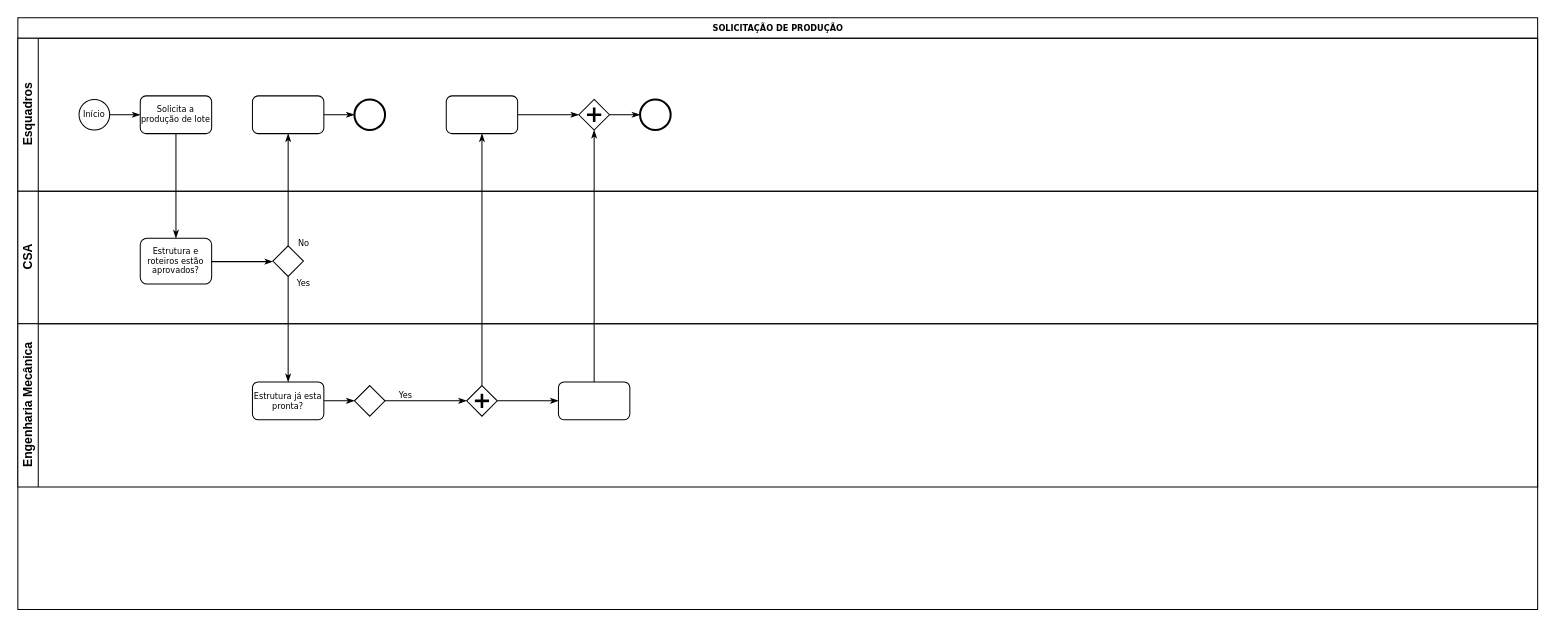
felipegps/fluxogramas keeps this draw.io diagram as fluxogramas/Diagrama sem nome.drawio. Above is the earlier version. Source tidied: cells renumbered, new cells numbered last; positions are measured from the earlier drawing's top-left corner, leaving out a move shared by most shapes. Both pictures are drawn from the tidied source at 102%, with x=0, y=0 at pixel (17, 17).
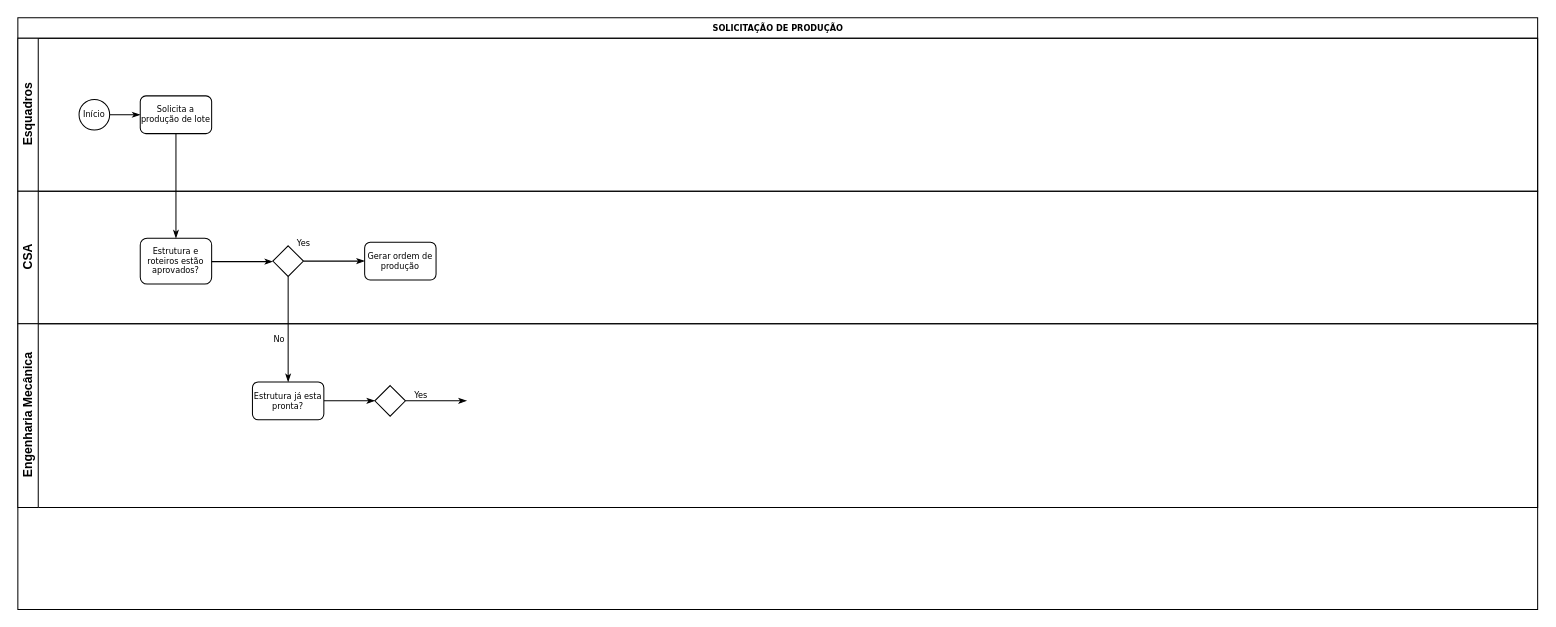
After the change.

The change refers to these unchanged cells:
```xml
<mxCell id="2" value="SOLICITAÇÃO DE PRODUÇÃO" style="swimlane;html=1;horizontal=1;startSize=20;rounded=0;shadow=0;labelBackgroundColor=none;strokeWidth=1;fontFamily=Verdana;fontSize=8;align=center;" parent="1" vertex="1">
  <mxGeometry width="1490" height="580" as="geometry" />
</mxCell>
<mxCell id="3" value="Esquadros" style="swimlane;html=1;startSize=20;horizontal=0;" parent="2" vertex="1">
  <mxGeometry y="20" width="1490" height="150" as="geometry" />
</mxCell>
<mxCell id="6" value="Solicita a produção de lote" style="rounded=1;whiteSpace=wrap;html=1;shadow=0;labelBackgroundColor=none;strokeWidth=1;fontFamily=Verdana;fontSize=8;align=center;" parent="3" vertex="1">
  <mxGeometry x="120" y="56.5" width="70" height="37" as="geometry" />
</mxCell>
<mxCell id="15" value="CSA" style="swimlane;html=1;startSize=20;horizontal=0;" parent="2" vertex="1">
  <mxGeometry y="170" width="1490" height="130" as="geometry" />
</mxCell>
<mxCell id="17" value="Estrutura e roteiros estão aprovados?" style="rounded=1;whiteSpace=wrap;html=1;shadow=0;labelBackgroundColor=none;strokeWidth=1;fontFamily=Verdana;fontSize=8;align=center;" parent="15" vertex="1">
  <mxGeometry x="120" y="46" width="70" height="45" as="geometry" />
</mxCell>
<mxCell id="18" style="strokeWidth=1;html=1;shape=mxgraph.flowchart.decision;whiteSpace=wrap;rounded=1;shadow=0;labelBackgroundColor=none;fontFamily=Verdana;fontSize=8;align=center;" parent="15" vertex="1">
  <mxGeometry x="250" y="53.5" width="30" height="30" as="geometry" />
</mxCell>
<mxCell id="21" value="Estrutura já esta pronta?" style="rounded=1;whiteSpace=wrap;html=1;shadow=0;labelBackgroundColor=none;strokeWidth=1;fontFamily=Verdana;fontSize=8;align=center;" parent="19" vertex="1">
  <mxGeometry x="230" y="57" width="70" height="37" as="geometry" />
</mxCell>
```

The edit, as a diff of the source:
```diff
@@
-    <mxCell id="7" style="edgeStyle=orthogonalEdgeStyle;rounded=0;html=1;labelBackgroundColor=none;startArrow=none;startFill=0;startSize=5;endArrow=classicThin;endFill=1;endSize=5;jettySize=auto;strokeWidth=1;fontFamily=Verdana;fontSize=8;" parent="3" edge="1" source="8" target="9">
-      <mxGeometry relative="1" as="geometry" />
-    </mxCell>
-    <mxCell id="8" style="rounded=1;whiteSpace=wrap;html=1;shadow=0;labelBackgroundColor=none;strokeWidth=1;fontFamily=Verdana;fontSize=8;align=center;" parent="3" vertex="1">
-      <mxGeometry x="230" y="56.5" width="70" height="37" as="geometry" />
-    </mxCell>
-    <mxCell id="9" style="ellipse;whiteSpace=wrap;html=1;rounded=0;shadow=0;labelBackgroundColor=none;strokeWidth=2;fontFamily=Verdana;fontSize=8;align=center;" parent="3" vertex="1">
-      <mxGeometry x="330" y="60" width="30" height="30" as="geometry" />
-    </mxCell>
-    <mxCell id="10" style="edgeStyle=orthogonalEdgeStyle;rounded=0;html=1;entryX=0;entryY=0.5;labelBackgroundColor=none;startArrow=none;startFill=0;startSize=5;endArrow=classicThin;endFill=1;endSize=5;jettySize=auto;strokeWidth=1;fontFamily=Verdana;fontSize=8;" parent="3" edge="1" source="11" target="13">
-      <mxGeometry relative="1" as="geometry" />
-    </mxCell>
-    <mxCell id="11" style="rounded=1;whiteSpace=wrap;html=1;shadow=0;labelBackgroundColor=none;strokeWidth=1;fontFamily=Verdana;fontSize=8;align=center;" parent="3" vertex="1">
-      <mxGeometry x="420" y="56.5" width="70" height="37" as="geometry" />
-    </mxCell>
-    <mxCell id="12" style="edgeStyle=orthogonalEdgeStyle;rounded=0;html=1;labelBackgroundColor=none;startArrow=none;startFill=0;startSize=5;endArrow=classicThin;endFill=1;endSize=5;jettySize=auto;strokeWidth=1;fontFamily=Verdana;fontSize=8;" parent="3" edge="1" source="13" target="14">
-      <mxGeometry relative="1" as="geometry" />
-    </mxCell>
-    <mxCell id="13" style="shape=mxgraph.bpmn.shape;html=1;verticalLabelPosition=bottom;labelBackgroundColor=#ffffff;verticalAlign=top;perimeter=rhombusPerimeter;background=gateway;outline=none;symbol=parallelGw;rounded=1;shadow=0;strokeWidth=1;fontFamily=Verdana;fontSize=8;align=center;" parent="3" vertex="1">
-      <mxGeometry x="550" y="60" width="30" height="30" as="geometry" />
-    </mxCell>
-    <mxCell id="14" style="ellipse;whiteSpace=wrap;html=1;rounded=0;shadow=0;labelBackgroundColor=none;strokeWidth=2;fontFamily=Verdana;fontSize=8;align=center;" parent="3" vertex="1">
-      <mxGeometry x="610" y="60" width="30" height="30" as="geometry" />
-    </mxCell>
@@
+    <mxCell id="8" value="Gerar ordem de produção" style="rounded=1;whiteSpace=wrap;html=1;shadow=0;labelBackgroundColor=none;strokeWidth=1;fontFamily=Verdana;fontSize=8;align=center;" parent="15" vertex="1">
+      <mxGeometry x="340" y="50" width="70" height="37" as="geometry" />
+    </mxCell>
+    <mxCell id="28" value="No" style="edgeStyle=orthogonalEdgeStyle;rounded=0;html=1;labelBackgroundColor=none;startArrow=none;startFill=0;startSize=5;endArrow=classicThin;endFill=1;endSize=5;jettySize=auto;strokeWidth=1;fontFamily=Verdana;fontSize=8;" parent="15" edge="1" source="18" target="8">
+      <mxGeometry x="-1" y="-39" relative="1" as="geometry">
+        <mxPoint x="-24" y="37" as="offset" />
+      </mxGeometry>
+    </mxCell>
+    <mxCell id="27" style="edgeStyle=orthogonalEdgeStyle;rounded=0;html=1;labelBackgroundColor=none;startArrow=none;startFill=0;startSize=5;endArrow=classicThin;endFill=1;endSize=5;jettySize=auto;strokeWidth=1;fontFamily=Verdana;fontSize=8;" parent="2" edge="1" source="6" target="17">
+      <mxGeometry relative="1" as="geometry" />
+    </mxCell>
+    <mxCell id="29" value="Yes" style="edgeStyle=orthogonalEdgeStyle;rounded=0;html=1;labelBackgroundColor=none;startArrow=none;startFill=0;startSize=5;endArrow=classicThin;endFill=1;endSize=5;jettySize=auto;strokeWidth=1;fontFamily=Verdana;fontSize=8;" parent="2" edge="1" source="18" target="21">
+      <mxGeometry x="-1" y="37" relative="1" as="geometry">
+        <mxPoint x="-22" y="-33" as="offset" />
+      </mxGeometry>
+    </mxCell>
     <mxCell id="19" value="Engenharia Mecânica" style="swimlane;html=1;startSize=20;horizontal=0;" parent="2" vertex="1">
-      <mxGeometry y="300" width="1490" height="160" as="geometry" />
+      <mxGeometry y="300" width="1490" height="180" as="geometry" />
     </mxCell>
@@
-    <mxCell id="22" value="Yes" style="edgeStyle=orthogonalEdgeStyle;rounded=0;html=1;entryX=0;entryY=0.5;labelBackgroundColor=none;startArrow=none;startFill=0;startSize=5;endArrow=classicThin;endFill=1;endSize=5;jettySize=auto;strokeWidth=1;fontFamily=Verdana;fontSize=8;" parent="19" edge="1" source="23" target="25">
-      <mxGeometry x="-0.5" y="6" relative="1" as="geometry" />
+    <mxCell id="22" value="Yes" style="edgeStyle=orthogonalEdgeStyle;rounded=0;html=1;entryX=0;entryY=0.5;labelBackgroundColor=none;startArrow=none;startFill=0;startSize=5;endArrow=classicThin;endFill=1;endSize=5;jettySize=auto;strokeWidth=1;fontFamily=Verdana;fontSize=8;" parent="19" edge="1" source="23">
+      <mxGeometry x="-0.5" y="6" relative="1" as="geometry">
+        <mxPoint x="440" y="75.5" as="targetPoint" />
+      </mxGeometry>
     </mxCell>
     <mxCell id="23" style="strokeWidth=1;html=1;shape=mxgraph.flowchart.decision;whiteSpace=wrap;rounded=1;shadow=0;labelBackgroundColor=none;fontFamily=Verdana;fontSize=8;align=center;" parent="19" vertex="1">
-      <mxGeometry x="330" y="60.5" width="30" height="30" as="geometry" />
+      <mxGeometry x="350" y="60.5" width="30" height="30" as="geometry" />
     </mxCell>
-    <mxCell id="24" style="edgeStyle=orthogonalEdgeStyle;rounded=0;html=1;labelBackgroundColor=none;startArrow=none;startFill=0;startSize=5;endArrow=classicThin;endFill=1;endSize=5;jettySize=auto;strokeColor=#000000;strokeWidth=1;fontFamily=Verdana;fontSize=8;fontColor=#000000;" parent="19" edge="1" source="25" target="26">
-      <mxGeometry relative="1" as="geometry" />
-    </mxCell>
-    <mxCell id="25" style="shape=mxgraph.bpmn.shape;html=1;verticalLabelPosition=bottom;labelBackgroundColor=#ffffff;verticalAlign=top;perimeter=rhombusPerimeter;background=gateway;outline=none;symbol=parallelGw;rounded=1;shadow=0;strokeWidth=1;fontFamily=Verdana;fontSize=8;align=center;" parent="19" vertex="1">
-      <mxGeometry x="440" y="60.5" width="30" height="30" as="geometry" />
-    </mxCell>
-    <mxCell id="26" style="rounded=1;whiteSpace=wrap;html=1;shadow=0;labelBackgroundColor=none;strokeWidth=1;fontFamily=Verdana;fontSize=8;align=center;" parent="19" vertex="1">
-      <mxGeometry x="530" y="57" width="70" height="37" as="geometry" />
-    </mxCell>
-    <mxCell id="27" style="edgeStyle=orthogonalEdgeStyle;rounded=0;html=1;labelBackgroundColor=none;startArrow=none;startFill=0;startSize=5;endArrow=classicThin;endFill=1;endSize=5;jettySize=auto;strokeWidth=1;fontFamily=Verdana;fontSize=8;" parent="2" edge="1" source="6" target="17">
-      <mxGeometry relative="1" as="geometry" />
-    </mxCell>
-    <mxCell id="28" value="No" style="edgeStyle=orthogonalEdgeStyle;rounded=0;html=1;labelBackgroundColor=none;startArrow=none;startFill=0;startSize=5;endArrow=classicThin;endFill=1;endSize=5;jettySize=auto;strokeWidth=1;fontFamily=Verdana;fontSize=8;" parent="2" edge="1" source="18" target="8">
-      <mxGeometry x="-0.94" y="-15" relative="1" as="geometry" />
-    </mxCell>
-    <mxCell id="29" value="Yes" style="edgeStyle=orthogonalEdgeStyle;rounded=0;html=1;labelBackgroundColor=none;startArrow=none;startFill=0;startSize=5;endArrow=classicThin;endFill=1;endSize=5;jettySize=auto;strokeWidth=1;fontFamily=Verdana;fontSize=8;" parent="2" edge="1" source="18" target="21">
-      <mxGeometry x="-0.89" y="15" relative="1" as="geometry" />
-    </mxCell>
-    <mxCell id="30" style="edgeStyle=orthogonalEdgeStyle;rounded=0;html=1;entryX=0.5;entryY=1;labelBackgroundColor=none;startArrow=none;startFill=0;startSize=5;endArrow=classicThin;endFill=1;endSize=5;jettySize=auto;strokeWidth=1;fontFamily=Verdana;fontSize=8;" parent="2" edge="1" source="26" target="13">
-      <mxGeometry relative="1" as="geometry" />
-    </mxCell>
-    <mxCell id="31" style="edgeStyle=orthogonalEdgeStyle;rounded=0;html=1;labelBackgroundColor=none;startArrow=none;startFill=0;startSize=5;endArrow=classicThin;endFill=1;endSize=5;jettySize=auto;strokeWidth=1;fontFamily=Verdana;fontSize=8;" parent="2" edge="1" source="25" target="11">
-      <mxGeometry relative="1" as="geometry" />
-    </mxCell>
```
